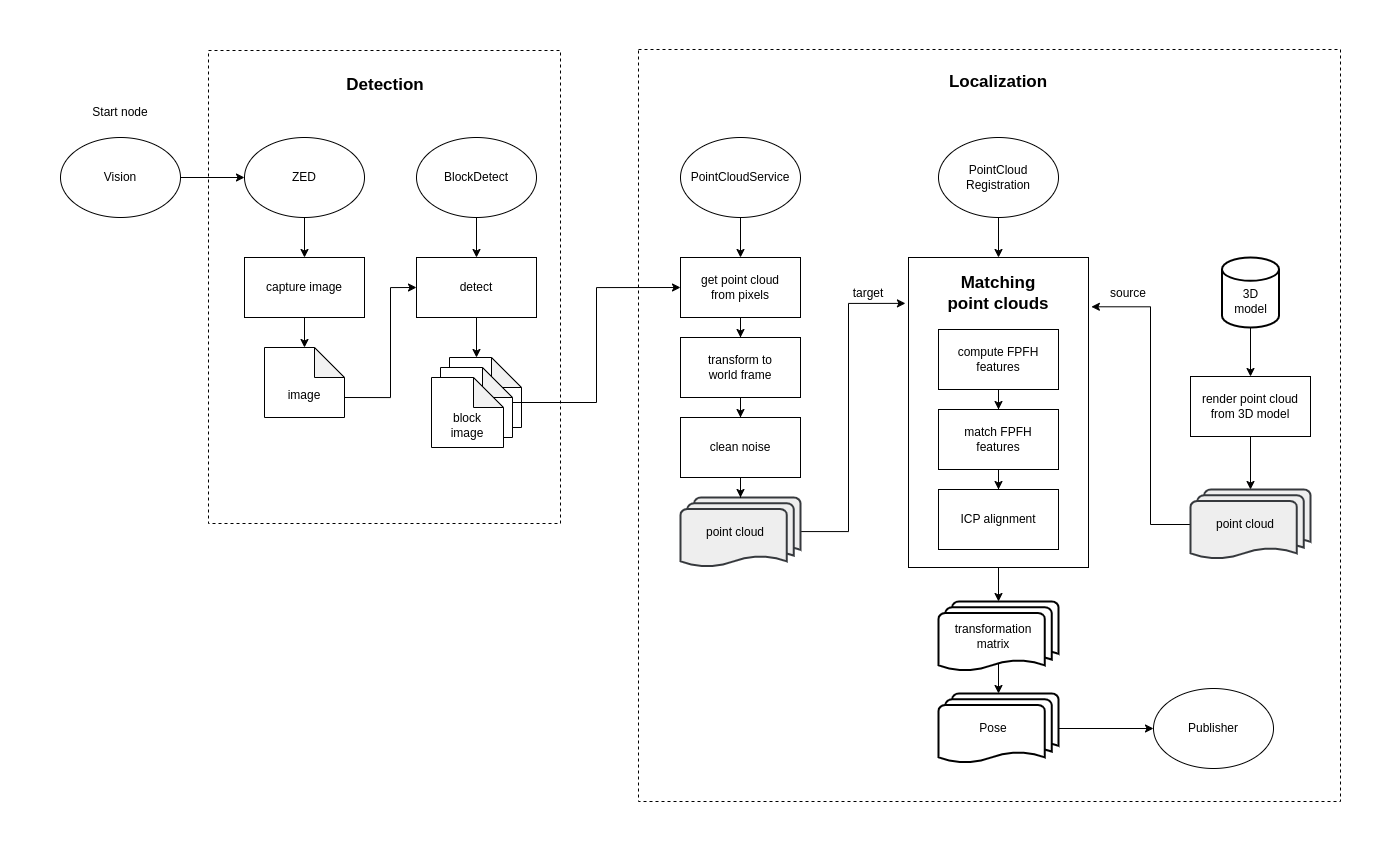
Above: docs/design-vision.png in anhtuduong/UR5LegoVision (draw.io), before the change. Source tidied: cells renumbered, new cells last; positions are measured from the earlier drawing's top-left corner, leaving out a move shared by most shapes.
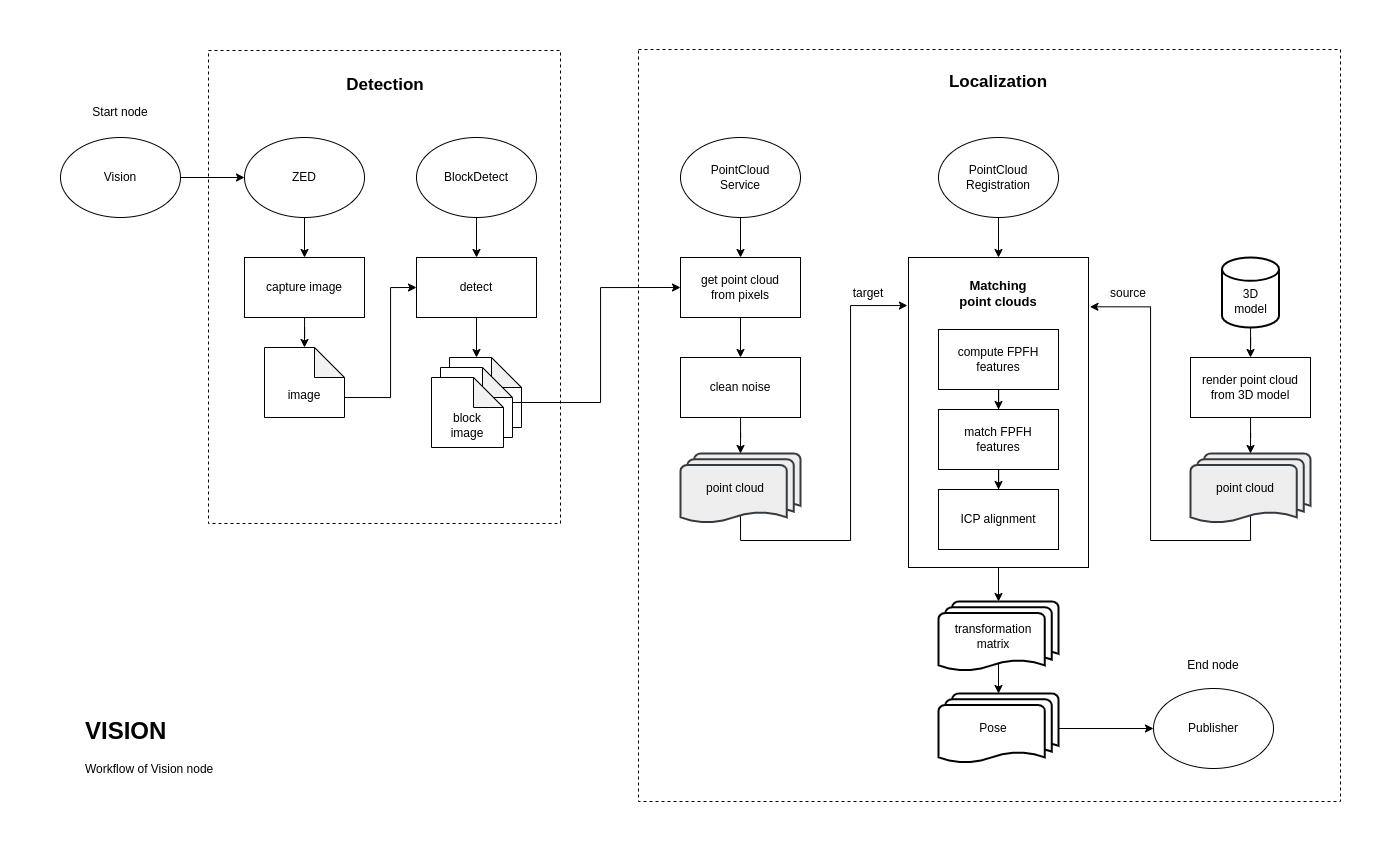
The same file after the commit.

Diff of the diagram source:
```diff
@@ -29,7 +29,7 @@
     <mxCell id="10" value="BlockDetect" style="ellipse;whiteSpace=wrap;html=1;" parent="1" vertex="1">
       <mxGeometry x="356" y="88" width="120" height="80" as="geometry" />
     </mxCell>
-    <mxCell id="11" value="PointCloudService" style="ellipse;whiteSpace=wrap;html=1;" parent="1" vertex="1">
+    <mxCell id="11" value="PointCloud&lt;br&gt;Service" style="ellipse;whiteSpace=wrap;html=1;" parent="1" vertex="1">
       <mxGeometry x="620" y="88" width="120" height="80" as="geometry" />
     </mxCell>
     <mxCell id="12" style="edgeStyle=orthogonalEdgeStyle;rounded=0;jettySize=auto;html=1;entryX=0;entryY=0.5;entryDx=0;entryDy=0;exitX=0;exitY=0;exitDx=80;exitDy=50;exitPerimeter=0;" parent="1" edge="1" source="13" target="6">
@@ -58,38 +58,33 @@
     <mxCell id="18" style="edgeStyle=orthogonalEdgeStyle;rounded=0;jettySize=auto;html=1;entryX=0.375;entryY=0;entryDx=0;entryDy=0;entryPerimeter=0;" parent="1" edge="1" source="6" target="15">
       <mxGeometry relative="1" as="geometry" />
     </mxCell>
+    <mxCell id="58" style="edgeStyle=orthogonalEdgeStyle;rounded=0;jettySize=auto;html=1;entryX=0.5;entryY=0;entryDx=0;entryDy=0;" parent="1" edge="1" source="19" target="26">
+      <mxGeometry relative="1" as="geometry" />
+    </mxCell>
     <mxCell id="19" value="get point cloud&lt;br&gt;from pixels" style="rounded=0;whiteSpace=wrap;html=1;" parent="1" vertex="1">
       <mxGeometry x="620" y="208" width="120" height="60" as="geometry" />
     </mxCell>
     <mxCell id="20" style="edgeStyle=orthogonalEdgeStyle;rounded=0;jettySize=auto;html=1;entryX=0.5;entryY=0;entryDx=0;entryDy=0;" parent="1" edge="1" source="11" target="19">
       <mxGeometry relative="1" as="geometry" />
     </mxCell>
-    <mxCell id="21" style="edgeStyle=orthogonalEdgeStyle;rounded=0;jettySize=auto;html=1;entryX=-0.017;entryY=0.148;entryDx=0;entryDy=0;entryPerimeter=0;" parent="1" edge="1" source="22" target="4">
+    <mxCell id="21" style="edgeStyle=orthogonalEdgeStyle;rounded=0;jettySize=auto;html=1;exitX=0.5;exitY=0.88;exitDx=0;exitDy=0;exitPerimeter=0;entryX=-0.006;entryY=0.155;entryDx=0;entryDy=0;entryPerimeter=0;" parent="1" edge="1" source="22" target="4">
       <mxGeometry relative="1" as="geometry">
         <Array as="points">
-          <mxPoint x="788" y="482" />
-          <mxPoint x="788" y="254" />
+          <mxPoint x="680" y="491" />
+          <mxPoint x="790" y="491" />
+          <mxPoint x="790" y="256" />
         </Array>
       </mxGeometry>
     </mxCell>
     <mxCell id="22" value="point cloud" style="strokeWidth=2;html=1;shape=mxgraph.flowchart.multi-document;whiteSpace=wrap;spacingRight=10;fillColor=#eeeeee;strokeColor=#36393d;" parent="1" vertex="1">
-      <mxGeometry x="620" y="448" width="120" height="70" as="geometry" />
+      <mxGeometry x="620" y="404" width="120" height="70" as="geometry" />
     </mxCell>
-    <mxCell id="23" value="transform to&lt;br&gt;world frame" style="rounded=0;whiteSpace=wrap;html=1;" parent="1" vertex="1">
-      <mxGeometry x="620" y="288" width="120" height="60" as="geometry" />
-    </mxCell>
-    <mxCell id="24" style="edgeStyle=orthogonalEdgeStyle;rounded=0;jettySize=auto;html=1;entryX=0.5;entryY=0;entryDx=0;entryDy=0;" parent="1" edge="1" source="19" target="23">
-      <mxGeometry relative="1" as="geometry" />
-    </mxCell>
     <mxCell id="25" style="edgeStyle=orthogonalEdgeStyle;rounded=0;jettySize=auto;html=1;entryX=0.5;entryY=0;entryDx=0;entryDy=0;entryPerimeter=0;" parent="1" edge="1" source="26" target="22">
       <mxGeometry relative="1" as="geometry" />
     </mxCell>
     <mxCell id="26" value="clean noise" style="rounded=0;whiteSpace=wrap;html=1;" parent="1" vertex="1">
-      <mxGeometry x="620" y="368" width="120" height="60" as="geometry" />
+      <mxGeometry x="620" y="308" width="120" height="60" as="geometry" />
     </mxCell>
-    <mxCell id="27" style="edgeStyle=orthogonalEdgeStyle;rounded=0;jettySize=auto;html=1;entryX=0.5;entryY=0;entryDx=0;entryDy=0;" parent="1" edge="1" source="23" target="26">
-      <mxGeometry relative="1" as="geometry" />
-    </mxCell>
     <mxCell id="28" style="edgeStyle=orthogonalEdgeStyle;rounded=0;jettySize=auto;html=1;entryX=0.5;entryY=0;entryDx=0;entryDy=0;" parent="1" edge="1" source="29" target="4">
       <mxGeometry relative="1" as="geometry" />
     </mxCell>
@@ -106,18 +101,19 @@
       <mxGeometry x="1161.5" y="208" width="57" height="70" as="geometry" />
     </mxCell>
     <mxCell id="33" value="render point cloud&lt;br&gt;from 3D model" style="rounded=0;whiteSpace=wrap;html=1;" parent="1" vertex="1">
-      <mxGeometry x="1130" y="327" width="120" height="60" as="geometry" />
+      <mxGeometry x="1130" y="308" width="120" height="60" as="geometry" />
     </mxCell>
-    <mxCell id="34" style="edgeStyle=orthogonalEdgeStyle;rounded=0;jettySize=auto;html=1;entryX=1.016;entryY=0.159;entryDx=0;entryDy=0;entryPerimeter=0;" parent="1" edge="1" source="35" target="4">
+    <mxCell id="34" style="edgeStyle=orthogonalEdgeStyle;rounded=0;jettySize=auto;html=1;exitX=0.5;exitY=0.88;exitDx=0;exitDy=0;exitPerimeter=0;entryX=1.008;entryY=0.159;entryDx=0;entryDy=0;entryPerimeter=0;" parent="1" edge="1" source="35" target="4">
       <mxGeometry relative="1" as="geometry">
         <Array as="points">
-          <mxPoint x="1090" y="475" />
+          <mxPoint x="1190" y="491" />
+          <mxPoint x="1090" y="491" />
           <mxPoint x="1090" y="257" />
         </Array>
       </mxGeometry>
     </mxCell>
     <mxCell id="35" value="point cloud" style="strokeWidth=2;html=1;shape=mxgraph.flowchart.multi-document;whiteSpace=wrap;spacingRight=10;fillColor=#eeeeee;strokeColor=#36393d;" parent="1" vertex="1">
-      <mxGeometry x="1130" y="440" width="120" height="70" as="geometry" />
+      <mxGeometry x="1130" y="404" width="120" height="70" as="geometry" />
     </mxCell>
     <mxCell id="36" style="edgeStyle=orthogonalEdgeStyle;rounded=0;jettySize=auto;html=1;entryX=0.5;entryY=0;entryDx=0;entryDy=0;entryPerimeter=0;" parent="1" edge="1" source="33" target="35">
       <mxGeometry relative="1" as="geometry" />
@@ -179,11 +175,22 @@
     <mxCell id="55" value="Publisher" style="ellipse;whiteSpace=wrap;html=1;fontSize=12;" parent="1" vertex="1">
       <mxGeometry x="1093" y="639" width="120" height="80" as="geometry" />
     </mxCell>
-    <mxCell id="56" value="Matching&lt;br&gt;point clouds" style="text;html=1;strokeColor=none;fillColor=none;align=center;verticalAlign=middle;whiteSpace=wrap;rounded=0;fontSize=17;fontStyle=1;" parent="1" vertex="1">
+    <mxCell id="56" value="Matching&lt;br style=&quot;font-size: 13px;&quot;&gt;point clouds" style="text;html=1;strokeColor=none;fillColor=none;align=center;verticalAlign=middle;whiteSpace=wrap;rounded=0;fontSize=13;fontStyle=1;" parent="1" vertex="1">
       <mxGeometry x="883" y="229" width="110" height="30" as="geometry" />
     </mxCell>
     <mxCell id="57" style="edgeStyle=orthogonalEdgeStyle;rounded=0;jettySize=auto;html=1;entryX=0;entryY=0.5;entryDx=0;entryDy=0;" parent="1" edge="1" source="16" target="19">
-      <mxGeometry relative="1" as="geometry" />
+      <mxGeometry relative="1" as="geometry">
+        <Array as="points">
+          <mxPoint x="540" y="353" />
+          <mxPoint x="540" y="238" />
+        </Array>
+      </mxGeometry>
     </mxCell>
+    <mxCell id="59" value="End node" style="text;html=1;strokeColor=none;fillColor=none;align=center;verticalAlign=middle;whiteSpace=wrap;rounded=0;" parent="1" vertex="1">
+      <mxGeometry x="1123" y="601" width="60" height="30" as="geometry" />
+    </mxCell>
+    <mxCell id="60" value="&lt;h1&gt;VISION&lt;/h1&gt;&lt;p&gt;Workflow of Vision node&lt;/p&gt;" style="text;html=1;strokeColor=none;fillColor=none;spacing=5;spacingTop=-20;whiteSpace=wrap;overflow=hidden;rounded=0;" parent="1" vertex="1">
+      <mxGeometry x="20" y="662" width="190" height="90" as="geometry" />
+    </mxCell>
   </root>
 </mxGraphModel>
```
